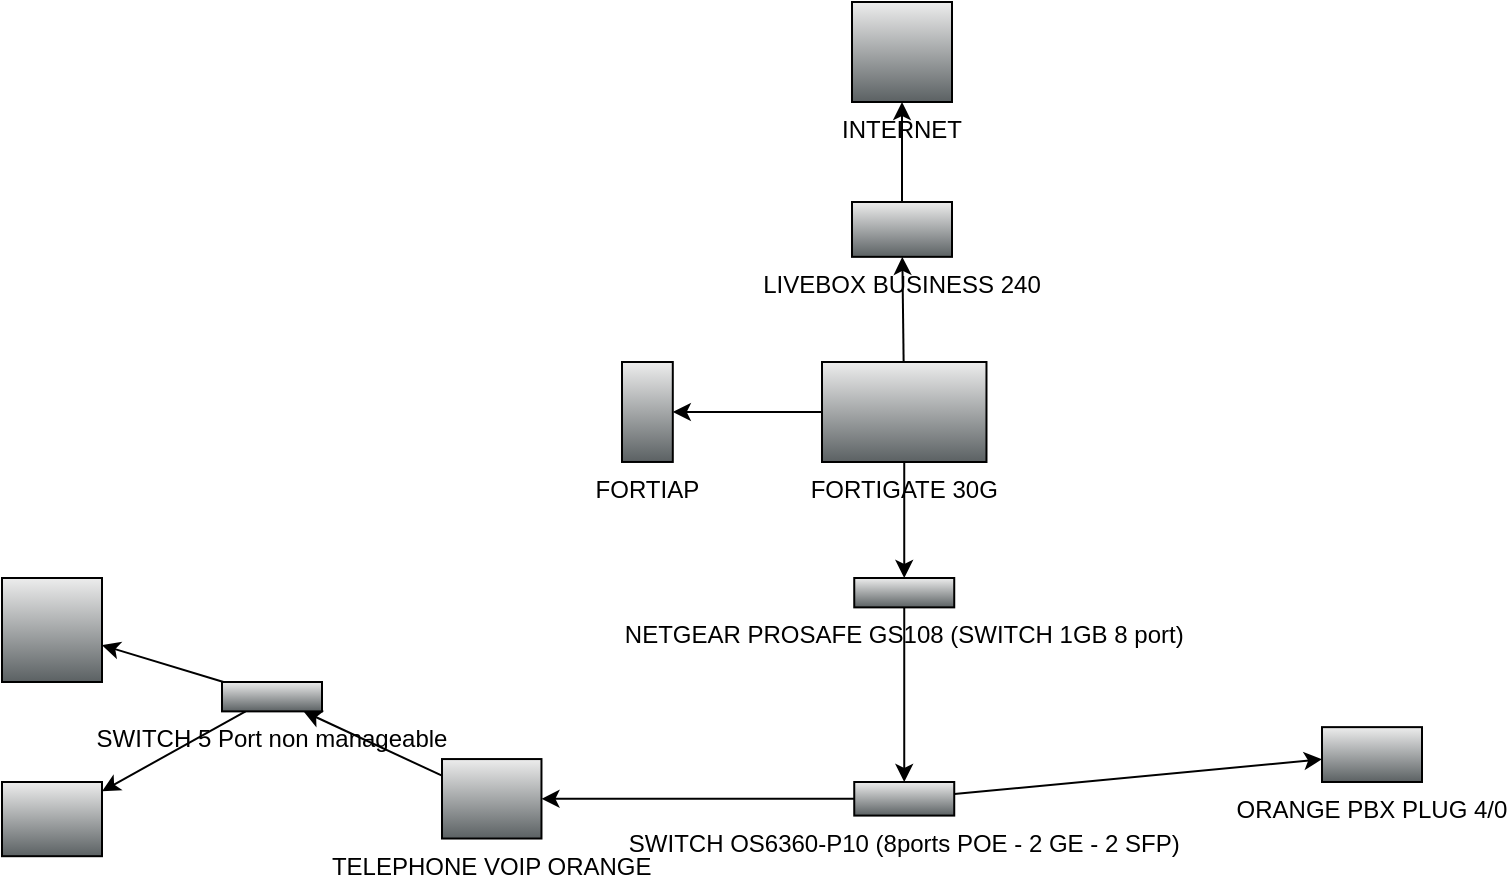
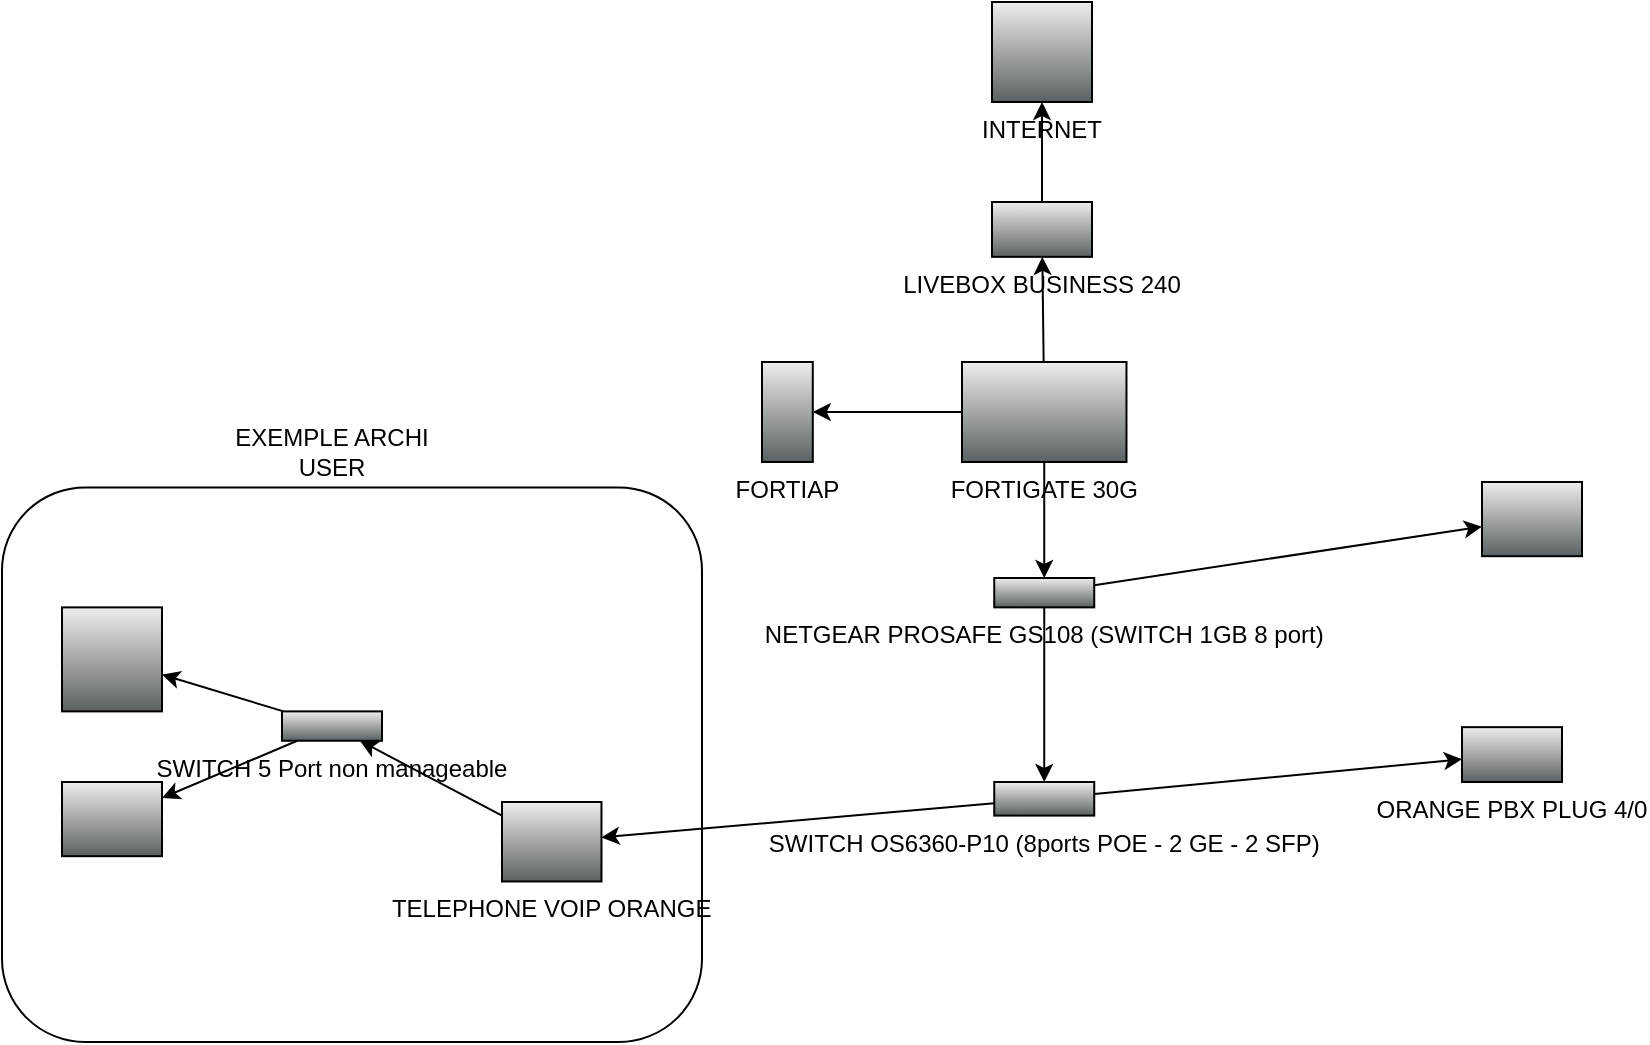
<mxfile host="app.diagrams.net">
  <diagram name="Page-1" id="SNd0UjQyqeZxcuwc7g9k">
-     <mxGraphModel dx="1608" dy="1668" grid="1" gridSize="10" guides="1" tooltips="1" connect="1" arrows="1" fold="1" page="1" pageScale="1" pageWidth="850" pageHeight="1100" math="0" shadow="0">
+     <mxGraphModel dx="1861" dy="1857" grid="1" gridSize="10" guides="1" tooltips="1" connect="1" arrows="1" fold="1" page="1" pageScale="1" pageWidth="850" pageHeight="1100" math="0" shadow="0">
      <root>
        <mxCell id="0" />
        <mxCell id="1" parent="0" />
+         <mxCell id="WL_giqyDlNfbUev0t1YI-1" parent="1" style="rounded=1;whiteSpace=wrap;html=1;" value="" vertex="1">
+           <mxGeometry height="277.31" width="350" x="-120" y="182.69" as="geometry" />
+         </mxCell>
        <mxCell id="lPvuPijrXA5V_kjDJQ-a-10" edge="1" parent="1" source="lPvuPijrXA5V_kjDJQ-a-1" style="edgeStyle=none;rounded=0;orthogonalLoop=1;jettySize=auto;html=1;" target="lPvuPijrXA5V_kjDJQ-a-9" value="">
          <mxGeometry relative="1" as="geometry" />
        </mxCell>
        <mxCell id="lPvuPijrXA5V_kjDJQ-a-11" edge="1" parent="1" source="lPvuPijrXA5V_kjDJQ-a-1" style="edgeStyle=none;rounded=0;orthogonalLoop=1;jettySize=auto;html=1;" target="lPvuPijrXA5V_kjDJQ-a-5" value="">
          <mxGeometry relative="1" as="geometry" />
        </mxCell>
        <mxCell id="lPvuPijrXA5V_kjDJQ-a-15" edge="1" parent="1" source="lPvuPijrXA5V_kjDJQ-a-1" style="edgeStyle=none;rounded=0;orthogonalLoop=1;jettySize=auto;html=1;" target="lPvuPijrXA5V_kjDJQ-a-6" value="">
          <mxGeometry relative="1" as="geometry" />
        </mxCell>
        <mxCell id="lPvuPijrXA5V_kjDJQ-a-1" parent="1" style="shape=mxgraph.networks2.icon;aspect=fixed;fillColor=#EDEDED;strokeColor=#000000;gradientColor=#5B6163;network2IconShadow=1;network2bgFillColor=none;labelPosition=center;verticalLabelPosition=bottom;align=center;verticalAlign=top;network2Icon=mxgraph.networks2.firewall;network2IconXOffset=0.0001;network2IconYOffset=0.0001;network2IconW=1;network2IconH=0.608;" value="FORTIGATE 30G" vertex="1">
          <mxGeometry height="50" width="82.24" x="360" y="120" as="geometry" />
        </mxCell>
        <mxCell id="lPvuPijrXA5V_kjDJQ-a-2" parent="1" style="shape=mxgraph.networks2.icon;aspect=fixed;fillColor=#EDEDED;strokeColor=#000000;gradientColor=#5B6163;network2IconShadow=1;network2bgFillColor=none;labelPosition=center;verticalLabelPosition=bottom;align=center;verticalAlign=top;network2Icon=mxgraph.networks2.globe;network2IconW=1;network2IconH=1;" value="INTERNET" vertex="1">
          <mxGeometry height="50" width="50" x="375" y="-60" as="geometry" />
        </mxCell>
        <mxCell id="lPvuPijrXA5V_kjDJQ-a-4" parent="1" style="fillColorStyles=neutralFill;neutralFill=#9DA6A8;shape=mxgraph.networks2.icon;aspect=fixed;fillColor=#EDEDED;strokeColor=#000000;gradientColor=#5B6163;network2IconShadow=1;network2bgFillColor=none;labelPosition=center;verticalLabelPosition=bottom;align=center;verticalAlign=top;network2Icon=mxgraph.networks2.wireless_hub;network2IconYOffset=-0.1142;network2IconW=1;network2IconH=0.5485;" value="ORANGE PBX PLUG 4/0" vertex="1">
          <mxGeometry height="27.425" width="50" x="610" y="302.57" as="geometry" />
        </mxCell>
        <mxCell id="lPvuPijrXA5V_kjDJQ-a-12" edge="1" parent="1" source="lPvuPijrXA5V_kjDJQ-a-5" style="edgeStyle=none;rounded=0;orthogonalLoop=1;jettySize=auto;html=1;" target="lPvuPijrXA5V_kjDJQ-a-2" value="">
          <mxGeometry relative="1" as="geometry" />
        </mxCell>
        <mxCell id="lPvuPijrXA5V_kjDJQ-a-5" parent="1" style="fillColorStyles=neutralFill;neutralFill=#9DA6A8;shape=mxgraph.networks2.icon;aspect=fixed;fillColor=#EDEDED;strokeColor=#000000;gradientColor=#5B6163;network2IconShadow=1;network2bgFillColor=none;labelPosition=center;verticalLabelPosition=bottom;align=center;verticalAlign=top;network2Icon=mxgraph.networks2.wireless_hub;network2IconYOffset=-0.1142;network2IconW=1;network2IconH=0.5485;" value="LIVEBOX BUSINESS 240" vertex="1">
          <mxGeometry height="27.425" width="50" x="375" y="39.999999999999986" as="geometry" />
        </mxCell>
        <mxCell id="lPvuPijrXA5V_kjDJQ-a-16" edge="1" parent="1" source="lPvuPijrXA5V_kjDJQ-a-6" style="edgeStyle=none;rounded=0;orthogonalLoop=1;jettySize=auto;html=1;" target="lPvuPijrXA5V_kjDJQ-a-14" value="">
          <mxGeometry relative="1" as="geometry" />
        </mxCell>
+         <mxCell id="WL_giqyDlNfbUev0t1YI-4" edge="1" parent="1" source="lPvuPijrXA5V_kjDJQ-a-6" style="edgeStyle=none;rounded=0;orthogonalLoop=1;jettySize=auto;html=1;" target="WL_giqyDlNfbUev0t1YI-3" value="">
+           <mxGeometry relative="1" as="geometry" />
+         </mxCell>
        <mxCell id="lPvuPijrXA5V_kjDJQ-a-6" parent="1" style="fillColorStyles=neutralFill;neutralFill=#9DA6A8;shape=mxgraph.networks2.icon;aspect=fixed;fillColor=#EDEDED;strokeColor=#000000;gradientColor=#5B6163;network2IconShadow=1;network2bgFillColor=none;labelPosition=center;verticalLabelPosition=bottom;align=center;verticalAlign=top;network2Icon=mxgraph.networks2.hub;network2IconXOffset=0.0001;network2IconYOffset=0.0129;network2IconW=1;network2IconH=0.2938;" value="NETGEAR PROSAFE GS108 (SWITCH 1GB 8 port)" vertex="1">
          <mxGeometry height="14.69" width="50" x="376.12" y="228.00000000000003" as="geometry" />
        </mxCell>
        <mxCell id="lPvuPijrXA5V_kjDJQ-a-9" parent="1" style="shape=mxgraph.networks2.icon;aspect=fixed;fillColor=#EDEDED;strokeColor=#000000;gradientColor=#5B6163;network2IconShadow=1;network2bgFillColor=none;labelPosition=center;verticalLabelPosition=bottom;align=center;verticalAlign=top;network2Icon=mxgraph.networks2.antenna;network2IconYOffset=0.0004;network2IconW=0.508;network2IconH=0.9997;" value="FORTIAP" vertex="1">
          <mxGeometry height="49.985" width="25.4" x="260" y="120" as="geometry" />
        </mxCell>
        <mxCell id="lPvuPijrXA5V_kjDJQ-a-18" edge="1" parent="1" source="lPvuPijrXA5V_kjDJQ-a-14" style="edgeStyle=none;rounded=0;orthogonalLoop=1;jettySize=auto;html=1;" target="lPvuPijrXA5V_kjDJQ-a-17" value="">
          <mxGeometry relative="1" as="geometry" />
        </mxCell>
        <mxCell id="lPvuPijrXA5V_kjDJQ-a-26" edge="1" parent="1" source="lPvuPijrXA5V_kjDJQ-a-14" style="edgeStyle=none;rounded=0;orthogonalLoop=1;jettySize=auto;html=1;" target="lPvuPijrXA5V_kjDJQ-a-4" value="">
          <mxGeometry relative="1" as="geometry" />
        </mxCell>
        <mxCell id="lPvuPijrXA5V_kjDJQ-a-14" parent="1" style="shape=mxgraph.networks2.icon;aspect=fixed;fillColor=#EDEDED;strokeColor=#000000;gradientColor=#5B6163;network2IconShadow=1;network2bgFillColor=none;labelPosition=center;verticalLabelPosition=bottom;align=center;verticalAlign=top;network2Icon=mxgraph.networks2.patch_panel;network2IconXOffset=0.0001;network2IconYOffset=-0.0211;network2IconW=1;network2IconH=0.3359;" value="SWITCH OS6360-P10 (8ports POE - 2 GE - 2 SFP)" vertex="1">
          <mxGeometry height="16.794999999999998" width="50" x="376.12" y="330" as="geometry" />
        </mxCell>
        <mxCell id="lPvuPijrXA5V_kjDJQ-a-20" edge="1" parent="1" source="lPvuPijrXA5V_kjDJQ-a-17" style="edgeStyle=none;rounded=0;orthogonalLoop=1;jettySize=auto;html=1;" target="lPvuPijrXA5V_kjDJQ-a-19" value="">
          <mxGeometry relative="1" as="geometry" />
        </mxCell>
        <mxCell id="lPvuPijrXA5V_kjDJQ-a-17" parent="1" style="shape=mxgraph.networks2.icon;aspect=fixed;fillColor=#EDEDED;strokeColor=#000000;gradientColor=#5B6163;network2IconShadow=1;network2bgFillColor=none;labelPosition=center;verticalLabelPosition=bottom;align=center;verticalAlign=top;network2Icon=mxgraph.networks2.phone;network2IconXOffset=0.0009;network2IconYOffset=-0.0064;network2IconW=0.9947;network2IconH=0.7947;" value="TELEPHONE VOIP ORANGE" vertex="1">
-           <mxGeometry height="39.735" width="49.735" x="170" y="318.53" as="geometry" />
+           <mxGeometry height="39.735" width="49.735" x="130" y="340" as="geometry" />
        </mxCell>
        <mxCell id="lPvuPijrXA5V_kjDJQ-a-22" edge="1" parent="1" source="lPvuPijrXA5V_kjDJQ-a-19" style="edgeStyle=none;rounded=0;orthogonalLoop=1;jettySize=auto;html=1;" target="lPvuPijrXA5V_kjDJQ-a-21" value="">
          <mxGeometry relative="1" as="geometry" />
        </mxCell>
        <mxCell id="lPvuPijrXA5V_kjDJQ-a-25" edge="1" parent="1" source="lPvuPijrXA5V_kjDJQ-a-19" style="edgeStyle=none;rounded=0;orthogonalLoop=1;jettySize=auto;html=1;" target="lPvuPijrXA5V_kjDJQ-a-24" value="">
          <mxGeometry relative="1" as="geometry" />
        </mxCell>
        <mxCell id="lPvuPijrXA5V_kjDJQ-a-19" parent="1" style="fillColorStyles=neutralFill;neutralFill=#9DA6A8;shape=mxgraph.networks2.icon;aspect=fixed;fillColor=#EDEDED;strokeColor=#000000;gradientColor=#5B6163;network2IconShadow=1;network2bgFillColor=none;labelPosition=center;verticalLabelPosition=bottom;align=center;verticalAlign=top;network2Icon=mxgraph.networks2.hub;network2IconXOffset=0.0001;network2IconYOffset=0.0129;network2IconW=1;network2IconH=0.2938;" value="SWITCH 5 Port non manageable" vertex="1">
-           <mxGeometry height="14.69" width="50" x="60" y="280" as="geometry" />
+           <mxGeometry height="14.69" width="50" x="20" y="294.69" as="geometry" />
        </mxCell>
        <mxCell id="lPvuPijrXA5V_kjDJQ-a-21" parent="1" style="shape=mxgraph.networks2.icon;aspect=fixed;fillColor=#EDEDED;strokeColor=#000000;gradientColor=#5B6163;network2IconShadow=1;network2bgFillColor=none;labelPosition=center;verticalLabelPosition=bottom;align=center;verticalAlign=top;network2Icon=mxgraph.networks2.monitor;network2IconYOffset=-0.009;network2IconW=1;network2IconH=0.742;" value="" vertex="1">
-           <mxGeometry height="37.1" width="50" x="-50" y="330" as="geometry" />
+           <mxGeometry height="37.1" width="50" x="-90" y="330" as="geometry" />
        </mxCell>
        <mxCell id="lPvuPijrXA5V_kjDJQ-a-24" parent="1" style="fillColorStyles=neutralFill;neutralFill=#9DA6A8;shape=mxgraph.networks2.icon;aspect=fixed;fillColor=#EDEDED;strokeColor=#000000;gradientColor=#5B6163;network2IconShadow=1;network2bgFillColor=none;labelPosition=center;verticalLabelPosition=bottom;align=center;verticalAlign=top;network2Icon=mxgraph.networks2.printer;network2IconW=1;network2IconH=1.04;" value="" vertex="1">
-           <mxGeometry height="52" width="50" x="-50" y="228.00000000000003" as="geometry" />
+           <mxGeometry height="52" width="50" x="-90" y="242.69000000000003" as="geometry" />
+         </mxCell>
+         <mxCell id="WL_giqyDlNfbUev0t1YI-2" parent="1" style="text;html=1;whiteSpace=wrap;strokeColor=none;fillColor=none;align=center;verticalAlign=middle;rounded=0;" value="EXEMPLE ARCHI USER" vertex="1">
+           <mxGeometry height="30" width="110" x="-10" y="150" as="geometry" />
+         </mxCell>
+         <mxCell id="WL_giqyDlNfbUev0t1YI-3" parent="1" style="shape=mxgraph.networks2.icon;aspect=fixed;fillColor=#EDEDED;strokeColor=#000000;gradientColor=#5B6163;network2IconShadow=1;network2bgFillColor=none;labelPosition=center;verticalLabelPosition=bottom;align=center;verticalAlign=top;network2Icon=mxgraph.networks2.monitor;network2IconYOffset=-0.009;network2IconW=1;network2IconH=0.742;" value="" vertex="1">
+           <mxGeometry height="37.1" width="50" x="620" y="180" as="geometry" />
        </mxCell>
      </root>
    </mxGraphModel>
  </diagram>
</mxfile>
